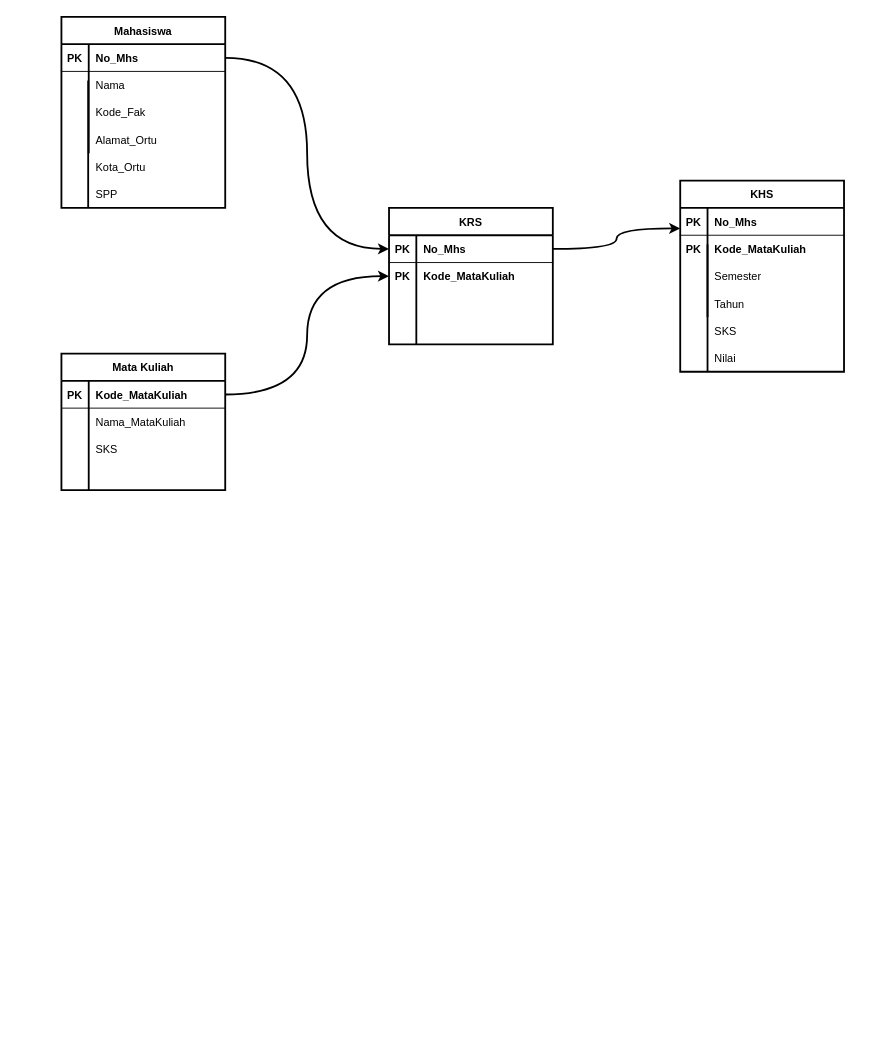
lukmanprasetyo/Business-Model-Canvas-BMC- keeps this draw.io diagram as TabelRelasiMahasiswa.drawio. Above is the earlier version. Source tidied: cells renumbered, new cells numbered last; positions are measured from the earlier drawing's top-left corner, leaving out a move shared by most shapes. Both pictures are drawn from the tidied source at 91%, with x=0, y=0 at pixel (61, 16).
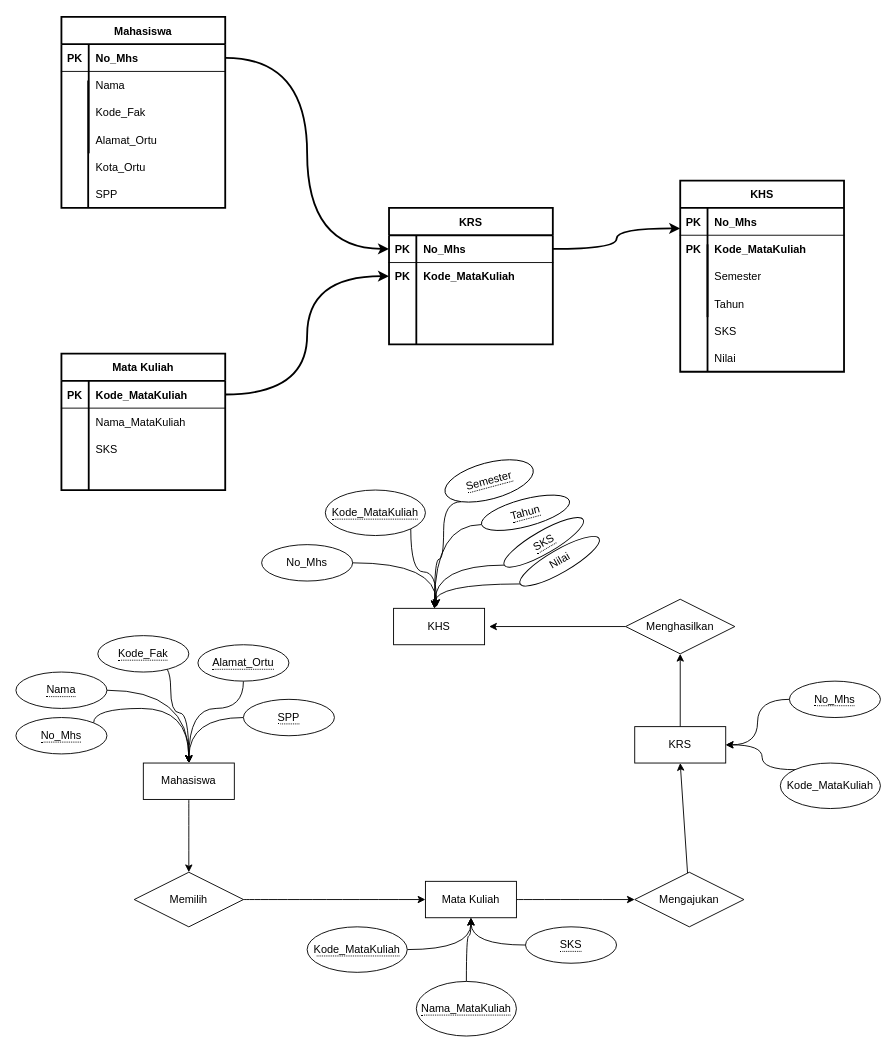
The same page after the edit.

Change to the diagram source:
```diff
@@
+    <mxCell id="65" value="KHS" style="whiteSpace=wrap;html=1;align=center;" parent="1" vertex="1">
+      <mxGeometry x="365" y="650" width="100" height="40" as="geometry" />
+    </mxCell>
+    <mxCell id="66" style="edgeStyle=none;rounded=0;jettySize=auto;html=1;entryX=0.5;entryY=1;entryDx=0;entryDy=0;strokeWidth=1;" parent="1" edge="1" source="67" target="69">
+      <mxGeometry relative="1" as="geometry" />
+    </mxCell>
+    <mxCell id="67" value="KRS" style="whiteSpace=wrap;html=1;align=center;" parent="1" vertex="1">
+      <mxGeometry x="630" y="780" width="100" height="40" as="geometry" />
+    </mxCell>
+    <mxCell id="68" style="edgeStyle=none;rounded=0;jettySize=auto;html=1;strokeWidth=1;" parent="1" edge="1" source="69">
+      <mxGeometry relative="1" as="geometry">
+        <mxPoint x="470" y="670" as="targetPoint" />
+      </mxGeometry>
+    </mxCell>
+    <mxCell id="69" value="Menghasilkan" style="shape=rhombus;perimeter=rhombusPerimeter;whiteSpace=wrap;html=1;align=center;" parent="1" vertex="1">
+      <mxGeometry x="620" y="640" width="120" height="60" as="geometry" />
+    </mxCell>
+    <mxCell id="70" style="edgeStyle=orthogonalEdgeStyle;curved=1;rounded=0;jettySize=auto;html=1;entryX=0;entryY=0.5;entryDx=0;entryDy=0;strokeWidth=1;" parent="1" edge="1" source="71" target="73">
+      <mxGeometry relative="1" as="geometry" />
+    </mxCell>
+    <mxCell id="71" value="Mata Kuliah" style="whiteSpace=wrap;html=1;align=center;" parent="1" vertex="1">
+      <mxGeometry x="400" y="950" width="100" height="40" as="geometry" />
+    </mxCell>
+    <mxCell id="72" style="rounded=0;jettySize=auto;html=1;entryX=0.5;entryY=1;entryDx=0;entryDy=0;strokeWidth=1;" parent="1" edge="1" source="73" target="67">
+      <mxGeometry relative="1" as="geometry" />
+    </mxCell>
+    <mxCell id="73" value="Mengajukan" style="shape=rhombus;perimeter=rhombusPerimeter;whiteSpace=wrap;html=1;align=center;" parent="1" vertex="1">
+      <mxGeometry x="630" y="940" width="120" height="60" as="geometry" />
+    </mxCell>
+    <mxCell id="74" style="edgeStyle=orthogonalEdgeStyle;curved=1;rounded=0;jettySize=auto;html=1;entryX=0;entryY=0.5;entryDx=0;entryDy=0;strokeWidth=1;" parent="1" edge="1" source="75" target="71">
+      <mxGeometry relative="1" as="geometry" />
+    </mxCell>
+    <mxCell id="75" value="Memilih" style="shape=rhombus;perimeter=rhombusPerimeter;whiteSpace=wrap;html=1;align=center;" parent="1" vertex="1">
+      <mxGeometry x="80" y="940" width="120" height="60" as="geometry" />
+    </mxCell>
+    <mxCell id="76" style="edgeStyle=orthogonalEdgeStyle;curved=1;rounded=0;jettySize=auto;html=1;entryX=0.5;entryY=0;entryDx=0;entryDy=0;strokeWidth=1;" parent="1" edge="1" source="77" target="75">
+      <mxGeometry relative="1" as="geometry" />
+    </mxCell>
+    <mxCell id="77" value="Mahasiswa" style="whiteSpace=wrap;html=1;align=center;" parent="1" vertex="1">
+      <mxGeometry x="90" y="820" width="100" height="40" as="geometry" />
+    </mxCell>
+    <mxCell id="78" style="edgeStyle=orthogonalEdgeStyle;rounded=0;jettySize=auto;html=1;curved=1;entryX=0.468;entryY=-0.032;entryDx=0;entryDy=0;entryPerimeter=0;" parent="1" edge="1" source="79" target="65">
+      <mxGeometry relative="1" as="geometry" />
+    </mxCell>
+    <mxCell id="79" value="No_Mhs" style="ellipse;whiteSpace=wrap;html=1;align=center;" parent="1" vertex="1">
+      <mxGeometry x="220" y="580" width="100" height="40" as="geometry" />
+    </mxCell>
+    <mxCell id="80" style="edgeStyle=orthogonalEdgeStyle;curved=1;rounded=0;jettySize=auto;html=1;exitX=1;exitY=1;exitDx=0;exitDy=0;entryX=0.472;entryY=-0.037;entryDx=0;entryDy=0;entryPerimeter=0;strokeWidth=1;" parent="1" edge="1" source="81" target="65">
+      <mxGeometry relative="1" as="geometry" />
+    </mxCell>
+    <mxCell id="81" value="&lt;span style=&quot;border-bottom: 1px dotted&quot;&gt;Kode_MataKuliah&lt;/span&gt;" style="ellipse;whiteSpace=wrap;html=1;align=center;" parent="1" vertex="1">
+      <mxGeometry x="290" y="520" width="110" height="50" as="geometry" />
+    </mxCell>
+    <mxCell id="82" style="rounded=0;jettySize=auto;html=1;exitX=0;exitY=1;exitDx=0;exitDy=0;entryX=0.45;entryY=0;entryDx=0;entryDy=0;entryPerimeter=0;strokeWidth=1;edgeStyle=orthogonalEdgeStyle;curved=1;" parent="1" edge="1" source="83" target="65">
+      <mxGeometry relative="1" as="geometry">
+        <Array as="points">
+          <mxPoint x="420" y="533" />
+          <mxPoint x="420" y="596" />
+          <mxPoint x="410" y="596" />
+        </Array>
+      </mxGeometry>
+    </mxCell>
+    <mxCell id="83" value="&lt;span style=&quot;border-bottom: 1px dotted&quot;&gt;Semester&lt;/span&gt;" style="ellipse;whiteSpace=wrap;html=1;align=center;rotation=-15;" parent="1" vertex="1">
+      <mxGeometry x="420" y="490" width="100" height="40" as="geometry" />
+    </mxCell>
+    <mxCell id="84" style="edgeStyle=orthogonalEdgeStyle;curved=1;rounded=0;jettySize=auto;html=1;exitX=0;exitY=0.5;exitDx=0;exitDy=0;strokeWidth=1;" parent="1" edge="1" source="85">
+      <mxGeometry relative="1" as="geometry">
+        <mxPoint x="410" y="650" as="targetPoint" />
+      </mxGeometry>
+    </mxCell>
+    <mxCell id="85" value="&lt;span style=&quot;border-bottom: 1px dotted&quot;&gt;Tahun&lt;/span&gt;" style="ellipse;whiteSpace=wrap;html=1;align=center;rotation=-15;" parent="1" vertex="1">
+      <mxGeometry x="460" y="530" width="100" height="30" as="geometry" />
+    </mxCell>
+    <mxCell id="86" style="edgeStyle=orthogonalEdgeStyle;curved=1;rounded=0;jettySize=auto;html=1;entryX=1;entryY=0.5;entryDx=0;entryDy=0;" parent="1" edge="1" source="87" target="67">
+      <mxGeometry relative="1" as="geometry" />
+    </mxCell>
+    <mxCell id="87" value="&lt;span style=&quot;border-bottom: 1px dotted&quot;&gt;No_Mhs&lt;/span&gt;" style="ellipse;whiteSpace=wrap;html=1;align=center;" parent="1" vertex="1">
+      <mxGeometry x="800" y="730" width="100" height="40" as="geometry" />
+    </mxCell>
+    <mxCell id="88" style="edgeStyle=orthogonalEdgeStyle;curved=1;rounded=0;jettySize=auto;html=1;" parent="1" edge="1" source="89">
+      <mxGeometry relative="1" as="geometry">
+        <mxPoint x="450" y="990" as="targetPoint" />
+      </mxGeometry>
+    </mxCell>
+    <mxCell id="89" value="&lt;span style=&quot;border-bottom: 1px dotted&quot;&gt;SKS&lt;/span&gt;" style="ellipse;whiteSpace=wrap;html=1;align=center;" parent="1" vertex="1">
+      <mxGeometry x="510" y="1000" width="100" height="40" as="geometry" />
+    </mxCell>
+    <mxCell id="90" style="edgeStyle=orthogonalEdgeStyle;curved=1;rounded=0;jettySize=auto;html=1;" parent="1" edge="1" source="91">
+      <mxGeometry relative="1" as="geometry">
+        <mxPoint x="450" y="990" as="targetPoint" />
+        <Array as="points">
+          <mxPoint x="445" y="1010" />
+          <mxPoint x="450" y="1010" />
+        </Array>
+      </mxGeometry>
+    </mxCell>
+    <mxCell id="91" value="&lt;span style=&quot;border-bottom: 1px dotted&quot;&gt;Nama_MataKuliah&lt;/span&gt;" style="ellipse;whiteSpace=wrap;html=1;align=center;" parent="1" vertex="1">
+      <mxGeometry x="390" y="1060" width="110" height="60" as="geometry" />
+    </mxCell>
+    <mxCell id="92" style="edgeStyle=orthogonalEdgeStyle;curved=1;rounded=0;jettySize=auto;html=1;entryX=0.5;entryY=1;entryDx=0;entryDy=0;" parent="1" edge="1" source="93" target="71">
+      <mxGeometry relative="1" as="geometry" />
+    </mxCell>
+    <mxCell id="93" value="&lt;span style=&quot;border-bottom: 1px dotted&quot;&gt;Kode_MataKuliah&lt;/span&gt;" style="ellipse;whiteSpace=wrap;html=1;align=center;" parent="1" vertex="1">
+      <mxGeometry x="270" y="1000" width="110" height="50" as="geometry" />
+    </mxCell>
+    <mxCell id="94" style="edgeStyle=orthogonalEdgeStyle;curved=1;rounded=0;jettySize=auto;html=1;entryX=0.5;entryY=0;entryDx=0;entryDy=0;" parent="1" edge="1" source="95" target="77">
+      <mxGeometry relative="1" as="geometry">
+        <Array as="points">
+          <mxPoint x="200" y="760" />
+          <mxPoint x="140" y="760" />
+        </Array>
+      </mxGeometry>
+    </mxCell>
+    <mxCell id="95" value="&lt;span style=&quot;border-bottom: 1px dotted&quot;&gt;Alamat_Ortu&lt;/span&gt;" style="ellipse;whiteSpace=wrap;html=1;align=center;" parent="1" vertex="1">
+      <mxGeometry x="150" y="690" width="100" height="40" as="geometry" />
+    </mxCell>
+    <mxCell id="96" style="edgeStyle=orthogonalEdgeStyle;curved=1;rounded=0;jettySize=auto;html=1;entryX=0.5;entryY=0;entryDx=0;entryDy=0;exitX=0.5;exitY=1;exitDx=0;exitDy=0;" parent="1" edge="1" source="97" target="77">
+      <mxGeometry relative="1" as="geometry">
+        <Array as="points">
+          <mxPoint x="120" y="710" />
+          <mxPoint x="120" y="765" />
+          <mxPoint x="140" y="765" />
+        </Array>
+      </mxGeometry>
+    </mxCell>
+    <mxCell id="97" value="&lt;span style=&quot;border-bottom: 1px dotted&quot;&gt;Kode_Fak&lt;/span&gt;" style="ellipse;whiteSpace=wrap;html=1;align=center;" parent="1" vertex="1">
+      <mxGeometry x="40" y="680" width="100" height="40" as="geometry" />
+    </mxCell>
+    <mxCell id="98" style="edgeStyle=orthogonalEdgeStyle;curved=1;rounded=0;jettySize=auto;html=1;" parent="1" edge="1" source="99">
+      <mxGeometry relative="1" as="geometry">
+        <mxPoint x="140" y="820" as="targetPoint" />
+      </mxGeometry>
+    </mxCell>
+    <mxCell id="99" value="&lt;span style=&quot;border-bottom: 1px dotted&quot;&gt;Nama&lt;/span&gt;" style="ellipse;whiteSpace=wrap;html=1;align=center;" parent="1" vertex="1">
+      <mxGeometry x="-50" y="720" width="100" height="40" as="geometry" />
+    </mxCell>
+    <mxCell id="100" style="edgeStyle=orthogonalEdgeStyle;curved=1;rounded=0;jettySize=auto;html=1;exitX=1;exitY=0;exitDx=0;exitDy=0;" parent="1" edge="1" source="101">
+      <mxGeometry relative="1" as="geometry">
+        <mxPoint x="140" y="820" as="targetPoint" />
+        <Array as="points">
+          <mxPoint x="35" y="760" />
+          <mxPoint x="140" y="760" />
+        </Array>
+      </mxGeometry>
+    </mxCell>
+    <mxCell id="101" value="&lt;span style=&quot;border-bottom: 1px dotted&quot;&gt;No_Mhs&lt;/span&gt;" style="ellipse;whiteSpace=wrap;html=1;align=center;" parent="1" vertex="1">
+      <mxGeometry x="-50" y="770" width="100" height="40" as="geometry" />
+    </mxCell>
+    <mxCell id="102" style="edgeStyle=orthogonalEdgeStyle;curved=1;rounded=0;jettySize=auto;html=1;strokeWidth=1;" parent="1" edge="1" source="103">
+      <mxGeometry relative="1" as="geometry">
+        <mxPoint x="140" y="820" as="targetPoint" />
+      </mxGeometry>
+    </mxCell>
+    <mxCell id="103" value="&lt;span style=&quot;border-bottom: 1px dotted&quot;&gt;SPP&lt;/span&gt;" style="ellipse;whiteSpace=wrap;html=1;align=center;" parent="1" vertex="1">
+      <mxGeometry x="200" y="750" width="100" height="40" as="geometry" />
+    </mxCell>
+    <mxCell id="104" style="edgeStyle=orthogonalEdgeStyle;curved=1;rounded=0;jettySize=auto;html=1;strokeWidth=1;exitX=0;exitY=0;exitDx=0;exitDy=0;" parent="1" edge="1" source="105">
+      <mxGeometry relative="1" as="geometry">
+        <mxPoint x="730" y="800" as="targetPoint" />
+        <Array as="points">
+          <mxPoint x="770" y="827" />
+          <mxPoint x="770" y="800" />
+        </Array>
+      </mxGeometry>
+    </mxCell>
+    <mxCell id="105" value="Kode_MataKuliah" style="ellipse;whiteSpace=wrap;html=1;align=center;" parent="1" vertex="1">
+      <mxGeometry x="790" y="820" width="110" height="50" as="geometry" />
+    </mxCell>
+    <mxCell id="106" style="edgeStyle=orthogonalEdgeStyle;curved=1;rounded=0;jettySize=auto;html=1;exitX=0;exitY=0.5;exitDx=0;exitDy=0;strokeWidth=1;" parent="1" edge="1" source="107">
+      <mxGeometry relative="1" as="geometry">
+        <mxPoint x="410" y="650" as="targetPoint" />
+      </mxGeometry>
+    </mxCell>
+    <mxCell id="107" value="&lt;span style=&quot;border-bottom: 1px dotted&quot;&gt;SKS&lt;/span&gt;" style="ellipse;whiteSpace=wrap;html=1;align=center;rotation=-30;" parent="1" vertex="1">
+      <mxGeometry x="480" y="565" width="100" height="25" as="geometry" />
+    </mxCell>
+    <mxCell id="108" style="edgeStyle=orthogonalEdgeStyle;curved=1;rounded=0;jettySize=auto;html=1;exitX=0;exitY=0.5;exitDx=0;exitDy=0;strokeWidth=1;" parent="1" edge="1" source="109">
+      <mxGeometry relative="1" as="geometry">
+        <mxPoint x="410" y="650" as="targetPoint" />
+      </mxGeometry>
+    </mxCell>
+    <mxCell id="109" value="Nilai" style="ellipse;whiteSpace=wrap;html=1;align=center;rotation=-30;" parent="1" vertex="1">
+      <mxGeometry x="497.5" y="585.7" width="100" height="25" as="geometry" />
+    </mxCell>
```
